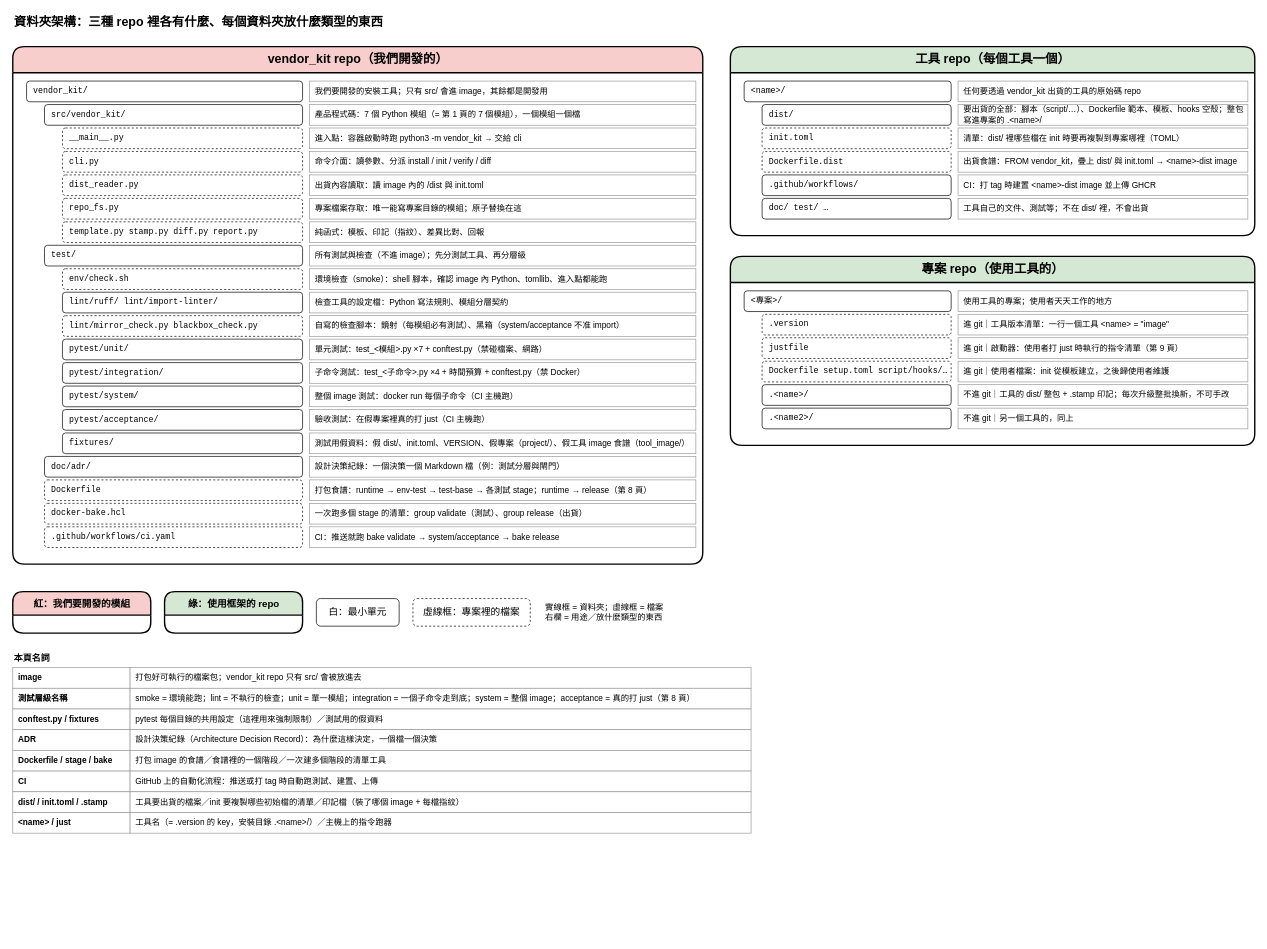
The draw.io diagram page "7. 資料夾架構" (7 of 9) of dist_distribution.drawio in ycpss91255-research/vendor_kit, before the edit. Source tidied: cells renumbered, new cells numbered last; positions are measured from the earlier drawing's top-left corner, leaving out a move shared by most shapes. Both pictures are drawn from the tidied source at 69%, with x=0, y=0 at pixel (12, 12).
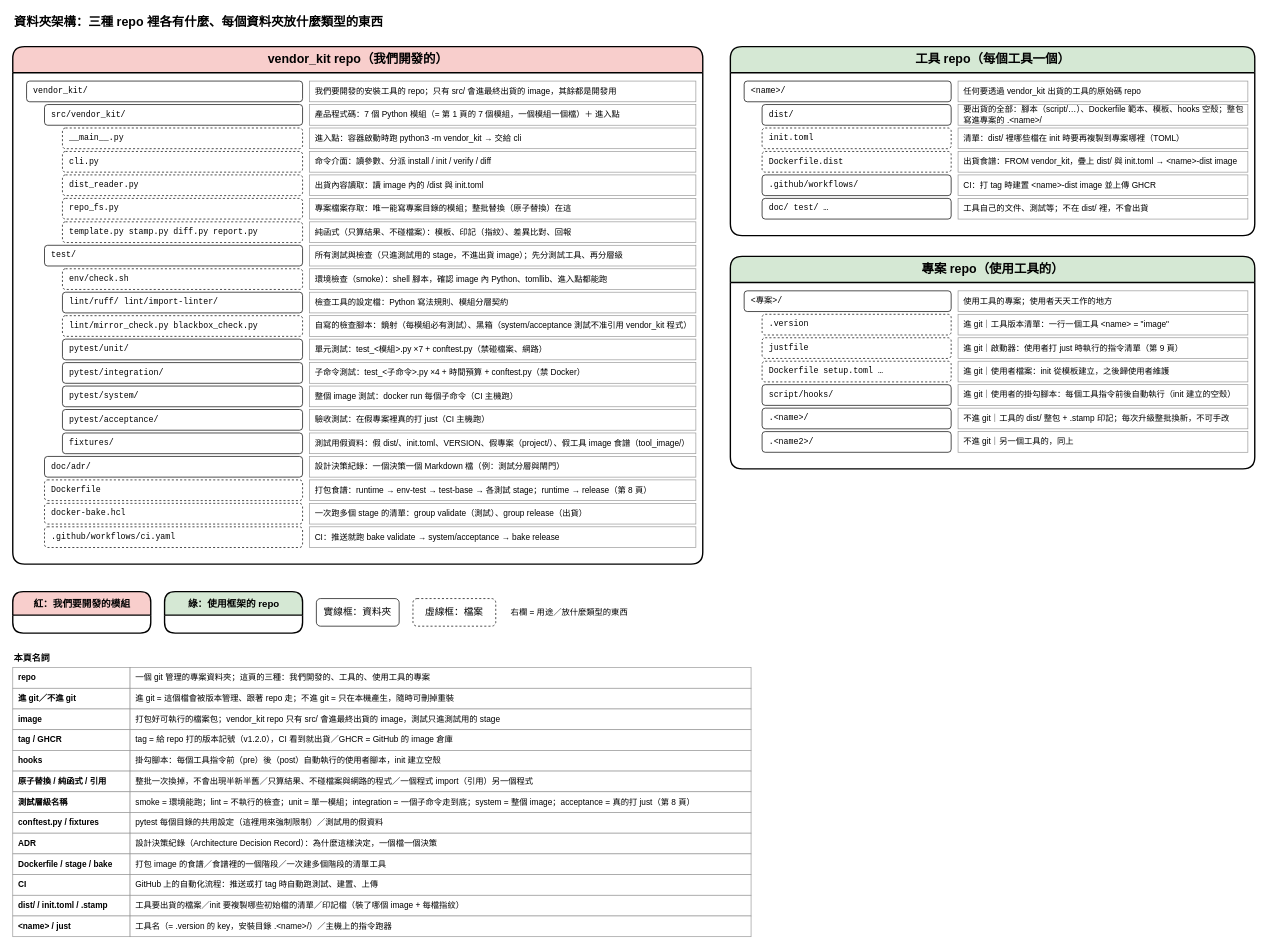
After the change.

Commit message (it also covers changes not shown here):
第 7/8/9 頁：修第 1 輪審查 12 項（圖例補判斷／起終點／便條／資料夾／檔案、名詞表補 repo／git／tag／GHCR／hooks／TOML／image／容器、upgrade 為組合操作、VERSION 說明）；notes 補印記第一行來源

Unchanged cells that the change refers to:
```xml
<mxCell id="3" value="vendor_kit repo（我們開發的）" style="swimlane;html=1;rounded=1;startSize=38;fontStyle=1;fontSize=18;fillColor=#f8cecc;swimlaneFillColor=#ffffff;strokeColor=#000000;strokeWidth=2;" parent="1" vertex="1">
  <mxGeometry y="50" width="1000" height="750" as="geometry" />
</mxCell>
```

The edit, as a diff of the source:
```diff
@@
-    <mxCell id="5" value="我們要開發的安裝工具；只有 src/ 會進 image，其餘都是開發用" style="rounded=0;whiteSpace=wrap;html=1;fillColor=#ffffff;strokeColor=#999999;fontSize=12;align=left;spacingLeft=6;strokeWidth=1;" parent="3" vertex="1">
+    <mxCell id="5" value="我們要開發的安裝工具的 repo；只有 src/ 會進最終出貨的 image，其餘都是開發用" style="rounded=0;whiteSpace=wrap;html=1;fillColor=#ffffff;strokeColor=#999999;fontSize=12;align=left;spacingLeft=6;strokeWidth=1;" parent="3" vertex="1">
       <mxGeometry x="430" y="50" width="560" height="30" as="geometry" />
     </mxCell>
@@
-    <mxCell id="7" value="產品程式碼：7 個 Python 模組（= 第 1 頁的 7 個模組），一個模組一個檔" style="rounded=0;whiteSpace=wrap;html=1;fillColor=#ffffff;strokeColor=#999999;fontSize=12;align=left;spacingLeft=6;strokeWidth=1;" parent="3" vertex="1">
+    <mxCell id="7" value="產品程式碼：7 個 Python 模組（= 第 1 頁的 7 個模組，一個模組一個檔）＋ 進入點" style="rounded=0;whiteSpace=wrap;html=1;fillColor=#ffffff;strokeColor=#999999;fontSize=12;align=left;spacingLeft=6;strokeWidth=1;" parent="3" vertex="1">
       <mxGeometry x="430" y="84" width="560" height="30" as="geometry" />
     </mxCell>
@@
-    <mxCell id="15" value="專案檔案存取：唯一能寫專案目錄的模組；原子替換在這" style="rounded=0;whiteSpace=wrap;html=1;fillColor=#ffffff;strokeColor=#999999;fontSize=12;align=left;spacingLeft=6;strokeWidth=1;" parent="3" vertex="1">
+    <mxCell id="15" value="專案檔案存取：唯一能寫專案目錄的模組；整批替換（原子替換）在這" style="rounded=0;whiteSpace=wrap;html=1;fillColor=#ffffff;strokeColor=#999999;fontSize=12;align=left;spacingLeft=6;strokeWidth=1;" parent="3" vertex="1">
       <mxGeometry x="430" y="220" width="560" height="30" as="geometry" />
     </mxCell>
@@
-    <mxCell id="17" value="純函式：模板、印記（指紋）、差異比對、回報" style="rounded=0;whiteSpace=wrap;html=1;fillColor=#ffffff;strokeColor=#999999;fontSize=12;align=left;spacingLeft=6;strokeWidth=1;" parent="3" vertex="1">
+    <mxCell id="17" value="純函式（只算結果、不碰檔案）：模板、印記（指紋）、差異比對、回報" style="rounded=0;whiteSpace=wrap;html=1;fillColor=#ffffff;strokeColor=#999999;fontSize=12;align=left;spacingLeft=6;strokeWidth=1;" parent="3" vertex="1">
       <mxGeometry x="430" y="254" width="560" height="30" as="geometry" />
     </mxCell>
@@
-    <mxCell id="19" value="所有測試與檢查（不進 image）；先分測試工具、再分層級" style="rounded=0;whiteSpace=wrap;html=1;fillColor=#ffffff;strokeColor=#999999;fontSize=12;align=left;spacingLeft=6;strokeWidth=1;" parent="3" vertex="1">
+    <mxCell id="19" value="所有測試與檢查（只進測試用的 stage，不進出貨 image）；先分測試工具、再分層級" style="rounded=0;whiteSpace=wrap;html=1;fillColor=#ffffff;strokeColor=#999999;fontSize=12;align=left;spacingLeft=6;strokeWidth=1;" parent="3" vertex="1">
       <mxGeometry x="430" y="288" width="560" height="30" as="geometry" />
     </mxCell>
@@
-    <mxCell id="25" value="自寫的檢查腳本：鏡射（每模組必有測試）、黑箱（system/acceptance 不准 import）" style="rounded=0;whiteSpace=wrap;html=1;fillColor=#ffffff;strokeColor=#999999;fontSize=12;align=left;spacingLeft=6;strokeWidth=1;" parent="3" vertex="1">
+    <mxCell id="25" value="自寫的檢查腳本：鏡射（每模組必有測試）、黑箱（system/acceptance 測試不准引用 vendor_kit 程式）" style="rounded=0;whiteSpace=wrap;html=1;fillColor=#ffffff;strokeColor=#999999;fontSize=12;align=left;spacingLeft=6;strokeWidth=1;" parent="3" vertex="1">
       <mxGeometry x="430" y="390" width="560" height="30" as="geometry" />
     </mxCell>
@@
     <mxCell id="57" value="專案 repo（使用工具的）" style="swimlane;html=1;rounded=1;startSize=38;fontStyle=1;fontSize=18;fillColor=#d5e8d4;swimlaneFillColor=#ffffff;strokeColor=#000000;strokeWidth=2;" parent="1" vertex="1">
-      <mxGeometry x="1040" y="354" width="760" height="274" as="geometry" />
+      <mxGeometry x="1040" y="354" width="760" height="308" as="geometry" />
     </mxCell>
@@
-    <mxCell id="64" value="Dockerfile  setup.toml  script/hooks/…" style="rounded=1;whiteSpace=wrap;html=1;fillColor=#ffffff;strokeColor=light-dark(#000000,#9577A3);fontSize=12;strokeWidth=1;dashed=1;align=left;spacingLeft=8;fontFamily=Courier New;" parent="57" vertex="1">
+    <mxCell id="64" value="Dockerfile  setup.toml  …" style="rounded=1;whiteSpace=wrap;html=1;fillColor=#ffffff;strokeColor=light-dark(#000000,#9577A3);fontSize=12;strokeWidth=1;dashed=1;align=left;spacingLeft=8;fontFamily=Courier New;" parent="57" vertex="1">
       <mxGeometry x="46" y="152" width="274" height="30" as="geometry" />
     </mxCell>
@@
-    <mxCell id="66" value=".&amp;lt;name&amp;gt;/" style="rounded=1;whiteSpace=wrap;html=1;fillColor=#ffffff;strokeColor=light-dark(#000000,#9577A3);fontSize=12;strokeWidth=1;align=left;spacingLeft=8;fontFamily=Courier New;" parent="57" vertex="1">
+    <mxCell id="66" value="script/hooks/" style="rounded=1;whiteSpace=wrap;html=1;fillColor=#ffffff;strokeColor=light-dark(#000000,#9577A3);fontSize=12;strokeWidth=1;align=left;spacingLeft=8;fontFamily=Courier New;" parent="57" vertex="1">
       <mxGeometry x="46" y="186" width="274" height="30" as="geometry" />
     </mxCell>
-    <mxCell id="67" value="不進 git｜工具的 dist/ 整包 + .stamp 印記；每次升級整批換新，不可手改" style="rounded=0;whiteSpace=wrap;html=1;fillColor=#ffffff;strokeColor=#999999;fontSize=12;align=left;spacingLeft=6;strokeWidth=1;" parent="57" vertex="1">
+    <mxCell id="67" value="進 git｜使用者的掛勾腳本：每個工具指令前後自動執行（init 建立的空殼）" style="rounded=0;whiteSpace=wrap;html=1;fillColor=#ffffff;strokeColor=#999999;fontSize=12;align=left;spacingLeft=6;strokeWidth=1;" parent="57" vertex="1">
       <mxGeometry x="330" y="186" width="420" height="30" as="geometry" />
     </mxCell>
-    <mxCell id="68" value=".&amp;lt;name2&amp;gt;/" style="rounded=1;whiteSpace=wrap;html=1;fillColor=#ffffff;strokeColor=light-dark(#000000,#9577A3);fontSize=12;strokeWidth=1;align=left;spacingLeft=8;fontFamily=Courier New;" parent="57" vertex="1">
+    <mxCell id="68" value=".&amp;lt;name&amp;gt;/" style="rounded=1;whiteSpace=wrap;html=1;fillColor=#ffffff;strokeColor=light-dark(#000000,#9577A3);fontSize=12;strokeWidth=1;align=left;spacingLeft=8;fontFamily=Courier New;" parent="57" vertex="1">
       <mxGeometry x="46" y="220" width="274" height="30" as="geometry" />
     </mxCell>
-    <mxCell id="69" value="不進 git｜另一個工具的，同上" style="rounded=0;whiteSpace=wrap;html=1;fillColor=#ffffff;strokeColor=#999999;fontSize=12;align=left;spacingLeft=6;strokeWidth=1;" parent="57" vertex="1">
+    <mxCell id="69" value="不進 git｜工具的 dist/ 整包 + .stamp 印記；每次升級整批換新，不可手改" style="rounded=0;whiteSpace=wrap;html=1;fillColor=#ffffff;strokeColor=#999999;fontSize=12;align=left;spacingLeft=6;strokeWidth=1;" parent="57" vertex="1">
       <mxGeometry x="330" y="220" width="420" height="30" as="geometry" />
     </mxCell>
+    <mxCell id="92" value=".&amp;lt;name2&amp;gt;/" style="rounded=1;whiteSpace=wrap;html=1;fillColor=#ffffff;strokeColor=light-dark(#000000,#9577A3);fontSize=12;strokeWidth=1;align=left;spacingLeft=8;fontFamily=Courier New;" parent="57" vertex="1">
+      <mxGeometry x="46" y="254" width="274" height="30" as="geometry" />
+    </mxCell>
+    <mxCell id="93" value="不進 git｜另一個工具的，同上" style="rounded=0;whiteSpace=wrap;html=1;fillColor=#ffffff;strokeColor=#999999;fontSize=12;align=left;spacingLeft=6;strokeWidth=1;" parent="57" vertex="1">
+      <mxGeometry x="330" y="254" width="420" height="30" as="geometry" />
+    </mxCell>
@@
-    <mxCell id="72" value="白：最小單元" style="rounded=1;whiteSpace=wrap;html=1;fillColor=#ffffff;strokeColor=light-dark(#000000,#9577A3);fontSize=14;strokeWidth=1;" parent="1" vertex="1">
+    <mxCell id="72" value="實線框：資料夾" style="rounded=1;whiteSpace=wrap;html=1;fillColor=#ffffff;strokeColor=light-dark(#000000,#9577A3);fontSize=14;strokeWidth=1;" parent="1" vertex="1">
       <mxGeometry x="440" y="850" width="120" height="40" as="geometry" />
     </mxCell>
-    <mxCell id="73" value="虛線框：專案裡的檔案" style="rounded=1;whiteSpace=wrap;html=1;fillColor=#ffffff;strokeColor=light-dark(#000000,#9577A3);fontSize=14;strokeWidth=1;dashed=1;" parent="1" vertex="1">
-      <mxGeometry x="580" y="850" width="170" height="40" as="geometry" />
+    <mxCell id="73" value="虛線框：檔案" style="rounded=1;whiteSpace=wrap;html=1;fillColor=#ffffff;strokeColor=light-dark(#000000,#9577A3);fontSize=14;strokeWidth=1;dashed=1;" parent="1" vertex="1">
+      <mxGeometry x="580" y="850" width="120" height="40" as="geometry" />
     </mxCell>
-    <mxCell id="74" value="實線框 = 資料夾；虛線框 = 檔案&lt;br&gt;右欄 = 用途／放什麼類型的東西" style="text;html=1;whiteSpace=wrap;align=center;verticalAlign=middle;fontSize=12;strokeColor=none;fillColor=none;align=left;" parent="1" vertex="1">
-      <mxGeometry x="770" y="840" width="300" height="60" as="geometry" />
+    <mxCell id="74" value="右欄 = 用途／放什麼類型的東西" style="text;html=1;whiteSpace=wrap;align=center;verticalAlign=middle;fontSize=12;strokeColor=none;fillColor=none;align=left;" parent="1" vertex="1">
+      <mxGeometry x="720" y="840" width="300" height="60" as="geometry" />
     </mxCell>
@@
-    <mxCell id="76" value="image" style="rounded=0;whiteSpace=wrap;html=1;fillColor=#ffffff;strokeColor=#999999;fontSize=12;fontStyle=1;align=left;spacingLeft=6;strokeWidth=1;" parent="1" vertex="1">
+    <mxCell id="76" value="repo" style="rounded=0;whiteSpace=wrap;html=1;fillColor=#ffffff;strokeColor=#999999;fontSize=12;fontStyle=1;align=left;spacingLeft=6;strokeWidth=1;" parent="1" vertex="1">
       <mxGeometry y="950" width="170" height="30" as="geometry" />
     </mxCell>
-    <mxCell id="77" value="打包好可執行的檔案包；vendor_kit repo 只有 src/ 會被放進去" style="rounded=0;whiteSpace=wrap;html=1;fillColor=#ffffff;strokeColor=#999999;fontSize=12;align=left;spacingLeft=6;strokeWidth=1;" parent="1" vertex="1">
+    <mxCell id="77" value="一個 git 管理的專案資料夾；這頁的三種：我們開發的、工具的、使用工具的專案" style="rounded=0;whiteSpace=wrap;html=1;fillColor=#ffffff;strokeColor=#999999;fontSize=12;align=left;spacingLeft=6;strokeWidth=1;" parent="1" vertex="1">
       <mxGeometry x="170" y="950" width="900" height="30" as="geometry" />
     </mxCell>
-    <mxCell id="78" value="測試層級名稱" style="rounded=0;whiteSpace=wrap;html=1;fillColor=#ffffff;strokeColor=#999999;fontSize=12;fontStyle=1;align=left;spacingLeft=6;strokeWidth=1;" parent="1" vertex="1">
+    <mxCell id="78" value="進 git／不進 git" style="rounded=0;whiteSpace=wrap;html=1;fillColor=#ffffff;strokeColor=#999999;fontSize=12;fontStyle=1;align=left;spacingLeft=6;strokeWidth=1;" parent="1" vertex="1">
       <mxGeometry y="980" width="170" height="30" as="geometry" />
     </mxCell>
-    <mxCell id="79" value="smoke = 環境能跑；lint = 不執行的檢查；unit = 單一模組；integration = 一個子命令走到底；system = 整個 image；acceptance = 真的打 just（第 8 頁）" style="rounded=0;whiteSpace=wrap;html=1;fillColor=#ffffff;strokeColor=#999999;fontSize=12;align=left;spacingLeft=6;strokeWidth=1;" parent="1" vertex="1">
+    <mxCell id="79" value="進 git = 這個檔會被版本管理、跟著 repo 走；不進 git = 只在本機產生，隨時可刪掉重裝" style="rounded=0;whiteSpace=wrap;html=1;fillColor=#ffffff;strokeColor=#999999;fontSize=12;align=left;spacingLeft=6;strokeWidth=1;" parent="1" vertex="1">
       <mxGeometry x="170" y="980" width="900" height="30" as="geometry" />
     </mxCell>
-    <mxCell id="80" value="conftest.py / fixtures" style="rounded=0;whiteSpace=wrap;html=1;fillColor=#ffffff;strokeColor=#999999;fontSize=12;fontStyle=1;align=left;spacingLeft=6;strokeWidth=1;" parent="1" vertex="1">
+    <mxCell id="80" value="image" style="rounded=0;whiteSpace=wrap;html=1;fillColor=#ffffff;strokeColor=#999999;fontSize=12;fontStyle=1;align=left;spacingLeft=6;strokeWidth=1;" parent="1" vertex="1">
       <mxGeometry y="1010" width="170" height="30" as="geometry" />
     </mxCell>
-    <mxCell id="81" value="pytest 每個目錄的共用設定（這裡用來強制限制）／測試用的假資料" style="rounded=0;whiteSpace=wrap;html=1;fillColor=#ffffff;strokeColor=#999999;fontSize=12;align=left;spacingLeft=6;strokeWidth=1;" parent="1" vertex="1">
+    <mxCell id="81" value="打包好可執行的檔案包；vendor_kit repo 只有 src/ 會進最終出貨的 image，測試只進測試用的 stage" style="rounded=0;whiteSpace=wrap;html=1;fillColor=#ffffff;strokeColor=#999999;fontSize=12;align=left;spacingLeft=6;strokeWidth=1;" parent="1" vertex="1">
       <mxGeometry x="170" y="1010" width="900" height="30" as="geometry" />
     </mxCell>
-    <mxCell id="82" value="ADR" style="rounded=0;whiteSpace=wrap;html=1;fillColor=#ffffff;strokeColor=#999999;fontSize=12;fontStyle=1;align=left;spacingLeft=6;strokeWidth=1;" parent="1" vertex="1">
+    <mxCell id="82" value="tag / GHCR" style="rounded=0;whiteSpace=wrap;html=1;fillColor=#ffffff;strokeColor=#999999;fontSize=12;fontStyle=1;align=left;spacingLeft=6;strokeWidth=1;" parent="1" vertex="1">
       <mxGeometry y="1040" width="170" height="30" as="geometry" />
     </mxCell>
-    <mxCell id="83" value="設計決策紀錄（Architecture Decision Record）：為什麼這樣決定，一個檔一個決策" style="rounded=0;whiteSpace=wrap;html=1;fillColor=#ffffff;strokeColor=#999999;fontSize=12;align=left;spacingLeft=6;strokeWidth=1;" parent="1" vertex="1">
+    <mxCell id="83" value="tag = 給 repo 打的版本記號（v1.2.0），CI 看到就出貨／GHCR = GitHub 的 image 倉庫" style="rounded=0;whiteSpace=wrap;html=1;fillColor=#ffffff;strokeColor=#999999;fontSize=12;align=left;spacingLeft=6;strokeWidth=1;" parent="1" vertex="1">
       <mxGeometry x="170" y="1040" width="900" height="30" as="geometry" />
     </mxCell>
-    <mxCell id="84" value="Dockerfile / stage / bake" style="rounded=0;whiteSpace=wrap;html=1;fillColor=#ffffff;strokeColor=#999999;fontSize=12;fontStyle=1;align=left;spacingLeft=6;strokeWidth=1;" parent="1" vertex="1">
+    <mxCell id="84" value="hooks" style="rounded=0;whiteSpace=wrap;html=1;fillColor=#ffffff;strokeColor=#999999;fontSize=12;fontStyle=1;align=left;spacingLeft=6;strokeWidth=1;" parent="1" vertex="1">
       <mxGeometry y="1070" width="170" height="30" as="geometry" />
     </mxCell>
-    <mxCell id="85" value="打包 image 的食譜／食譜裡的一個階段／一次建多個階段的清單工具" style="rounded=0;whiteSpace=wrap;html=1;fillColor=#ffffff;strokeColor=#999999;fontSize=12;align=left;spacingLeft=6;strokeWidth=1;" parent="1" vertex="1">
+    <mxCell id="85" value="掛勾腳本：每個工具指令前（pre）後（post）自動執行的使用者腳本，init 建立空殼" style="rounded=0;whiteSpace=wrap;html=1;fillColor=#ffffff;strokeColor=#999999;fontSize=12;align=left;spacingLeft=6;strokeWidth=1;" parent="1" vertex="1">
       <mxGeometry x="170" y="1070" width="900" height="30" as="geometry" />
     </mxCell>
-    <mxCell id="86" value="CI" style="rounded=0;whiteSpace=wrap;html=1;fillColor=#ffffff;strokeColor=#999999;fontSize=12;fontStyle=1;align=left;spacingLeft=6;strokeWidth=1;" parent="1" vertex="1">
+    <mxCell id="86" value="原子替換 / 純函式 / 引用" style="rounded=0;whiteSpace=wrap;html=1;fillColor=#ffffff;strokeColor=#999999;fontSize=12;fontStyle=1;align=left;spacingLeft=6;strokeWidth=1;" parent="1" vertex="1">
       <mxGeometry y="1100" width="170" height="30" as="geometry" />
     </mxCell>
-    <mxCell id="87" value="GitHub 上的自動化流程：推送或打 tag 時自動跑測試、建置、上傳" style="rounded=0;whiteSpace=wrap;html=1;fillColor=#ffffff;strokeColor=#999999;fontSize=12;align=left;spacingLeft=6;strokeWidth=1;" parent="1" vertex="1">
+    <mxCell id="87" value="整批一次換掉，不會出現半新半舊／只算結果、不碰檔案與網路的程式／一個程式 import（引用）另一個程式" style="rounded=0;whiteSpace=wrap;html=1;fillColor=#ffffff;strokeColor=#999999;fontSize=12;align=left;spacingLeft=6;strokeWidth=1;" parent="1" vertex="1">
       <mxGeometry x="170" y="1100" width="900" height="30" as="geometry" />
     </mxCell>
-    <mxCell id="88" value="dist/ / init.toml / .stamp" style="rounded=0;whiteSpace=wrap;html=1;fillColor=#ffffff;strokeColor=#999999;fontSize=12;fontStyle=1;align=left;spacingLeft=6;strokeWidth=1;" parent="1" vertex="1">
+    <mxCell id="88" value="測試層級名稱" style="rounded=0;whiteSpace=wrap;html=1;fillColor=#ffffff;strokeColor=#999999;fontSize=12;fontStyle=1;align=left;spacingLeft=6;strokeWidth=1;" parent="1" vertex="1">
       <mxGeometry y="1130" width="170" height="30" as="geometry" />
     </mxCell>
-    <mxCell id="89" value="工具要出貨的檔案／init 要複製哪些初始檔的清單／印記檔（裝了哪個 image + 每檔指紋）" style="rounded=0;whiteSpace=wrap;html=1;fillColor=#ffffff;strokeColor=#999999;fontSize=12;align=left;spacingLeft=6;strokeWidth=1;" parent="1" vertex="1">
+    <mxCell id="89" value="smoke = 環境能跑；lint = 不執行的檢查；unit = 單一模組；integration = 一個子命令走到底；system = 整個 image；acceptance = 真的打 just（第 8 頁）" style="rounded=0;whiteSpace=wrap;html=1;fillColor=#ffffff;strokeColor=#999999;fontSize=12;align=left;spacingLeft=6;strokeWidth=1;" parent="1" vertex="1">
       <mxGeometry x="170" y="1130" width="900" height="30" as="geometry" />
     </mxCell>
-    <mxCell id="90" value="&amp;lt;name&amp;gt; / just" style="rounded=0;whiteSpace=wrap;html=1;fillColor=#ffffff;strokeColor=#999999;fontSize=12;fontStyle=1;align=left;spacingLeft=6;strokeWidth=1;" parent="1" vertex="1">
+    <mxCell id="90" value="conftest.py / fixtures" style="rounded=0;whiteSpace=wrap;html=1;fillColor=#ffffff;strokeColor=#999999;fontSize=12;fontStyle=1;align=left;spacingLeft=6;strokeWidth=1;" parent="1" vertex="1">
       <mxGeometry y="1160" width="170" height="30" as="geometry" />
     </mxCell>
-    <mxCell id="91" value="工具名（= .version 的 key，安裝目錄 .&amp;lt;name&amp;gt;/）／主機上的指令跑器" style="rounded=0;whiteSpace=wrap;html=1;fillColor=#ffffff;strokeColor=#999999;fontSize=12;align=left;spacingLeft=6;strokeWidth=1;" parent="1" vertex="1">
+    <mxCell id="91" value="pytest 每個目錄的共用設定（這裡用來強制限制）／測試用的假資料" style="rounded=0;whiteSpace=wrap;html=1;fillColor=#ffffff;strokeColor=#999999;fontSize=12;align=left;spacingLeft=6;strokeWidth=1;" parent="1" vertex="1">
       <mxGeometry x="170" y="1160" width="900" height="30" as="geometry" />
     </mxCell>
+    <mxCell id="94" value="ADR" style="rounded=0;whiteSpace=wrap;html=1;fillColor=#ffffff;strokeColor=#999999;fontSize=12;fontStyle=1;align=left;spacingLeft=6;strokeWidth=1;" parent="1" vertex="1">
+      <mxGeometry y="1190" width="170" height="30" as="geometry" />
+    </mxCell>
+    <mxCell id="95" value="設計決策紀錄（Architecture Decision Record）：為什麼這樣決定，一個檔一個決策" style="rounded=0;whiteSpace=wrap;html=1;fillColor=#ffffff;strokeColor=#999999;fontSize=12;align=left;spacingLeft=6;strokeWidth=1;" parent="1" vertex="1">
+      <mxGeometry x="170" y="1190" width="900" height="30" as="geometry" />
+    </mxCell>
+    <mxCell id="96" value="Dockerfile / stage / bake" style="rounded=0;whiteSpace=wrap;html=1;fillColor=#ffffff;strokeColor=#999999;fontSize=12;fontStyle=1;align=left;spacingLeft=6;strokeWidth=1;" parent="1" vertex="1">
+      <mxGeometry y="1220" width="170" height="30" as="geometry" />
+    </mxCell>
+    <mxCell id="97" value="打包 image 的食譜／食譜裡的一個階段／一次建多個階段的清單工具" style="rounded=0;whiteSpace=wrap;html=1;fillColor=#ffffff;strokeColor=#999999;fontSize=12;align=left;spacingLeft=6;strokeWidth=1;" parent="1" vertex="1">
+      <mxGeometry x="170" y="1220" width="900" height="30" as="geometry" />
+    </mxCell>
+    <mxCell id="98" value="CI" style="rounded=0;whiteSpace=wrap;html=1;fillColor=#ffffff;strokeColor=#999999;fontSize=12;fontStyle=1;align=left;spacingLeft=6;strokeWidth=1;" parent="1" vertex="1">
+      <mxGeometry y="1250" width="170" height="30" as="geometry" />
+    </mxCell>
+    <mxCell id="99" value="GitHub 上的自動化流程：推送或打 tag 時自動跑測試、建置、上傳" style="rounded=0;whiteSpace=wrap;html=1;fillColor=#ffffff;strokeColor=#999999;fontSize=12;align=left;spacingLeft=6;strokeWidth=1;" parent="1" vertex="1">
+      <mxGeometry x="170" y="1250" width="900" height="30" as="geometry" />
+    </mxCell>
+    <mxCell id="100" value="dist/ / init.toml / .stamp" style="rounded=0;whiteSpace=wrap;html=1;fillColor=#ffffff;strokeColor=#999999;fontSize=12;fontStyle=1;align=left;spacingLeft=6;strokeWidth=1;" parent="1" vertex="1">
+      <mxGeometry y="1280" width="170" height="30" as="geometry" />
+    </mxCell>
+    <mxCell id="101" value="工具要出貨的檔案／init 要複製哪些初始檔的清單／印記檔（裝了哪個 image + 每檔指紋）" style="rounded=0;whiteSpace=wrap;html=1;fillColor=#ffffff;strokeColor=#999999;fontSize=12;align=left;spacingLeft=6;strokeWidth=1;" parent="1" vertex="1">
+      <mxGeometry x="170" y="1280" width="900" height="30" as="geometry" />
+    </mxCell>
+    <mxCell id="102" value="&amp;lt;name&amp;gt; / just" style="rounded=0;whiteSpace=wrap;html=1;fillColor=#ffffff;strokeColor=#999999;fontSize=12;fontStyle=1;align=left;spacingLeft=6;strokeWidth=1;" parent="1" vertex="1">
+      <mxGeometry y="1310" width="170" height="30" as="geometry" />
+    </mxCell>
+    <mxCell id="103" value="工具名（= .version 的 key，安裝目錄 .&amp;lt;name&amp;gt;/）／主機上的指令跑器" style="rounded=0;whiteSpace=wrap;html=1;fillColor=#ffffff;strokeColor=#999999;fontSize=12;align=left;spacingLeft=6;strokeWidth=1;" parent="1" vertex="1">
+      <mxGeometry x="170" y="1310" width="900" height="30" as="geometry" />
+    </mxCell>
```
